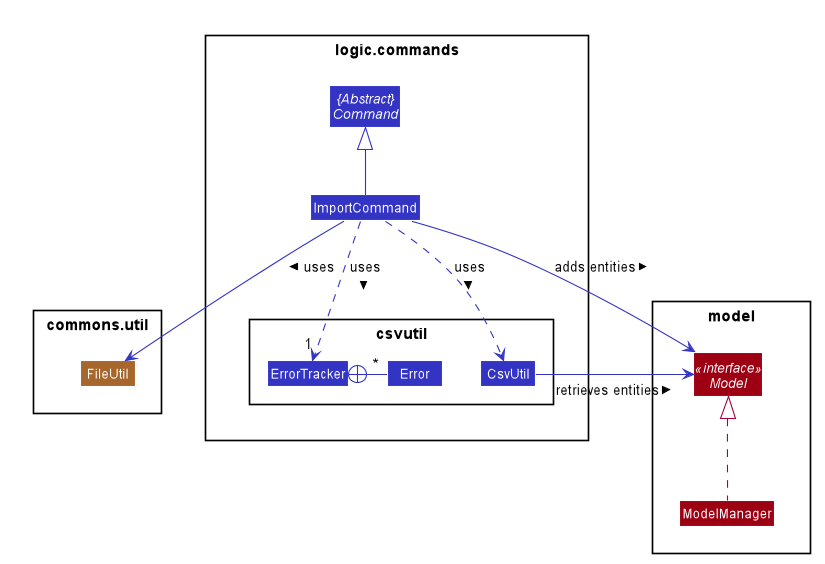
Before: images/ImportCommandClassDiagram.png, a diagram exported from PlantUML (AY1920S1-CS2103T-F11-1/main). Source of this version:
```plantuml
@startuml












skinparam BackgroundColor #FFFFFFF

skinparam Shadowing false

skinparam Class {
    FontColor #FFFFFF
    BorderThickness 1
    BorderColor #FFFFFF
    StereotypeFontColor #FFFFFF
    FontName Arial
}

skinparam Actor {
    BorderColor #000000
    Color #000000
    FontName Arial
}

skinparam Sequence {
    MessageAlign center
    BoxFontSize 15
    BoxPadding 0
    BoxFontColor #FFFFFF
    FontName Arial
}

skinparam Participant {
    FontColor #FFFFFFF
    Padding 20
}

skinparam MinClassWidth 50
skinparam ParticipantPadding 10
skinparam Shadowing false
skinparam DefaultTextAlignment center
skinparam packageStyle Rectangle

hide footbox
hide members
hide circle

package "commons.util" {
    Class FileUtil #A6662C
}

package "logic.commands" {
    Abstract Class "{Abstract}\nCommand" as Command #3333C4
    Class ImportCommand #3333C4
    package "csvutil" {
        Class CsvUtil #3333C4
        Class ErrorTracker #3333C4
        Class Error #3333C4
        ErrorTracker +- "*" Error #3333C4
    }
    ImportCommand -up-|> Command #3333C4
    ImportCommand .-right-> CsvUtil #3333C4 : uses >
    ImportCommand .-> "1" ErrorTracker #3333C4 : uses >
}
logic.commands -[hidden]-> commons.util

ImportCommand --> FileUtil #3333C4 : uses >

package "model" {
    Interface Model <<interface>> #9D0012
    Class ModelManager #9D0012
    ModelManager .-up|> Model
}
logic.commands -[hidden]-> model

ImportCommand -down-> Model #3333C4 : adds entities >
CsvUtil -down> Model #3333C4 : retrieves entities >

@enduml
```
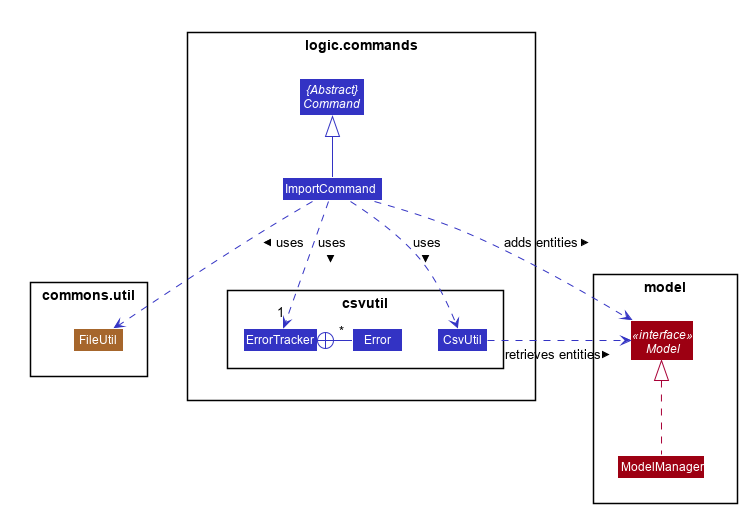
After the change.

Change to the diagram source:
```diff
@@ -71,7 +71,7 @@
 }
 logic.commands -[hidden]-> commons.util
 
-ImportCommand --> FileUtil #3333C4 : uses >
+ImportCommand .-> FileUtil #3333C4 : uses >
 
 package "model" {
     Interface Model <<interface>> #9D0012
@@ -80,7 +80,7 @@
 }
 logic.commands -[hidden]-> model
 
-ImportCommand -down-> Model #3333C4 : adds entities >
-CsvUtil -down> Model #3333C4 : retrieves entities >
+ImportCommand .-down> Model #3333C4 : adds entities >
+CsvUtil .down> Model #3333C4 : retrieves entities >
 
 @enduml
```
